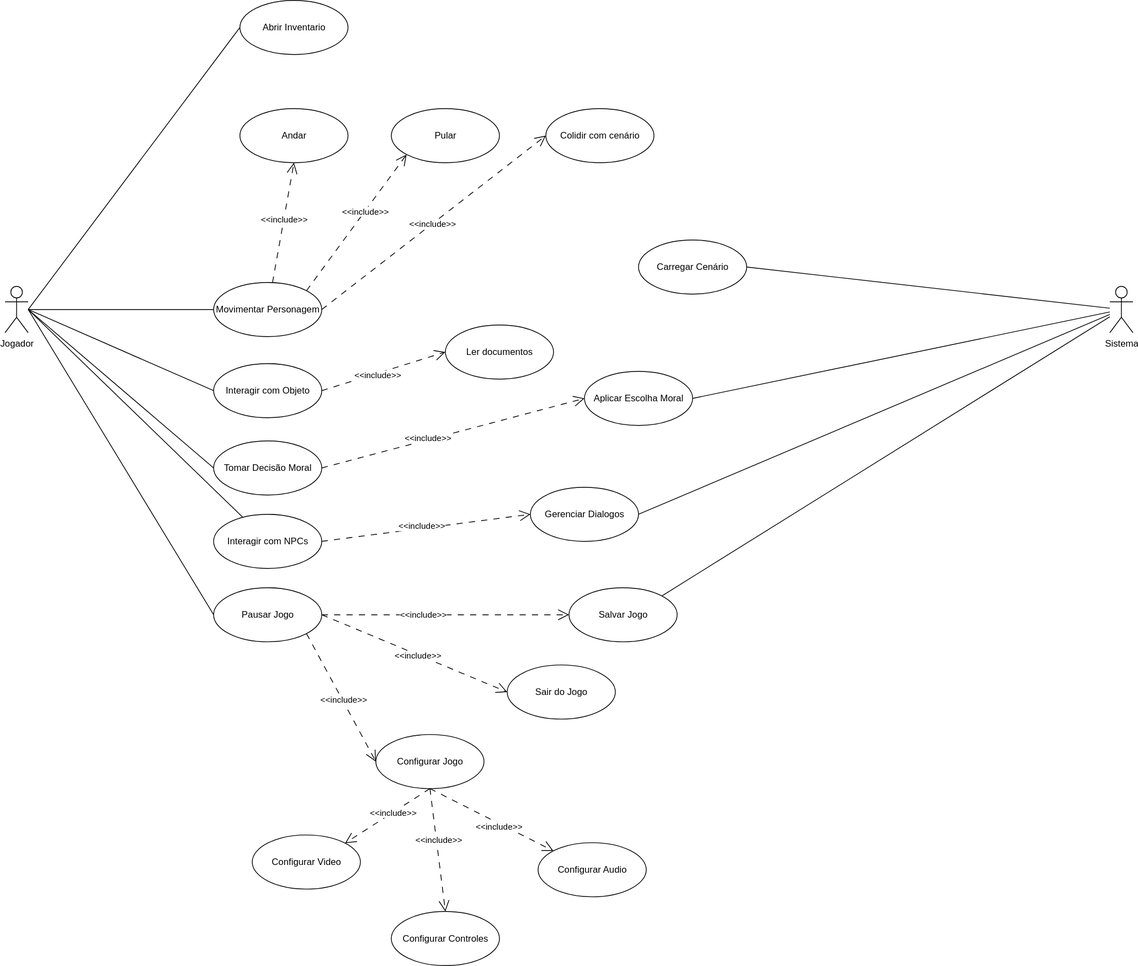
omatheusfaria/Ani keeps this draw.io diagram as docs/caso-de-uso/caso-de-uso.drawio.svg. Above is the earlier version. Source tidied: cells renumbered, new cells last; positions are measured from the earlier drawing's top-left corner, leaving out a move shared by most shapes.
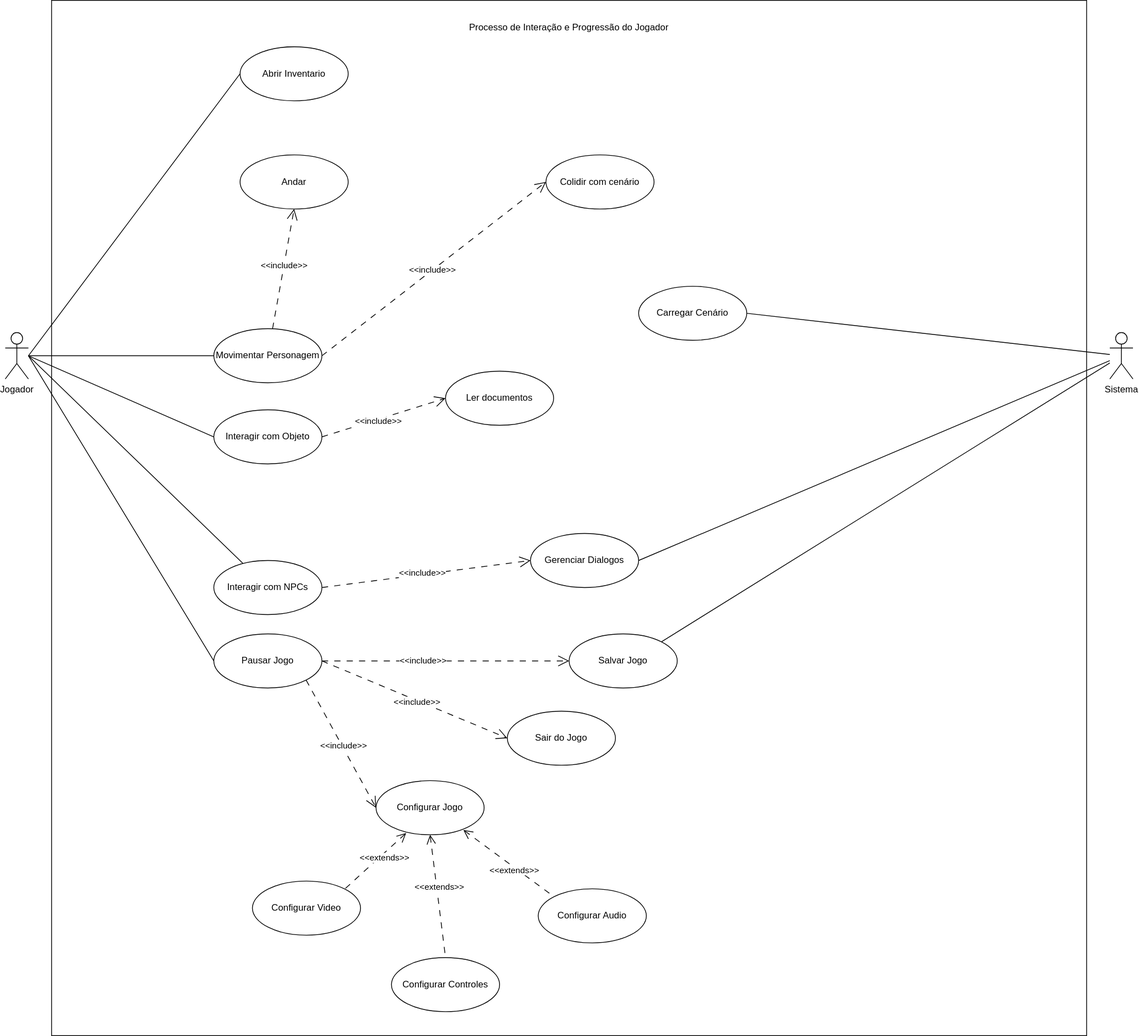
After the change.

Commit message:
docs: update use cases and business rules

The edit, as a diff of the source:
```diff
@@ -2,6 +2,9 @@
   <root>
     <mxCell id="0" />
     <mxCell id="1" parent="0" />
+    <mxCell id="57" value="&lt;div align=&quot;center&quot;&gt;&lt;br&gt;&lt;/div&gt;" style="whiteSpace=wrap;html=1;" parent="1" vertex="1">
+      <mxGeometry x="60" y="-60" width="1340" height="1340" as="geometry" />
+    </mxCell>
     <mxCell id="2" style="rounded=0;jettySize=auto;html=1;entryX=0;entryY=0.5;entryDx=0;entryDy=0;endArrow=none;endFill=0;" parent="1" edge="1" source="7" target="14">
       <mxGeometry relative="1" as="geometry" />
     </mxCell>
@@ -10,11 +13,6 @@
         <mxPoint x="30" y="400" as="sourcePoint" />
       </mxGeometry>
     </mxCell>
-    <mxCell id="4" style="rounded=0;jettySize=auto;html=1;entryX=0;entryY=0.5;entryDx=0;entryDy=0;endArrow=none;endFill=0;" parent="1" edge="1" target="27">
-      <mxGeometry relative="1" as="geometry">
-        <mxPoint x="30" y="400" as="sourcePoint" />
-      </mxGeometry>
-    </mxCell>
     <mxCell id="5" style="rounded=0;jettySize=auto;html=1;entryX=0;entryY=0.5;entryDx=0;entryDy=0;endArrow=none;endFill=0;" parent="1" edge="1" target="42">
       <mxGeometry relative="1" as="geometry">
         <mxPoint x="30" y="400" as="sourcePoint" />
@@ -34,12 +32,6 @@
     <mxCell id="9" value="&lt;div&gt;&amp;lt;&amp;lt;include&amp;gt;&amp;gt;&lt;/div&gt;" style="edgeLabel;html=1;align=center;verticalAlign=middle;" parent="8" vertex="1">
       <mxGeometry x="0.07" y="1" relative="1" as="geometry" />
     </mxCell>
-    <mxCell id="10" style="rounded=0;jettySize=auto;html=1;exitX=1;exitY=0;exitDx=0;exitDy=0;entryX=0;entryY=1;entryDx=0;entryDy=0;dashed=1;dashPattern=8 8;endArrow=open;endFill=0;endSize=12;" parent="1" edge="1" source="14" target="53">
-      <mxGeometry relative="1" as="geometry" />
-    </mxCell>
-    <mxCell id="11" value="&amp;lt;&amp;lt;include&amp;gt;&amp;gt;" style="edgeLabel;html=1;align=center;verticalAlign=middle;" parent="10" vertex="1">
-      <mxGeometry x="0.16" y="1" relative="1" as="geometry" />
-    </mxCell>
     <mxCell id="12" style="rounded=0;jettySize=auto;html=1;exitX=1;exitY=0.5;exitDx=0;exitDy=0;entryX=0;entryY=0.5;entryDx=0;entryDy=0;dashed=1;dashPattern=8 8;endArrow=open;endFill=0;endSize=12;" parent="1" edge="1" source="14" target="15">
       <mxGeometry relative="1" as="geometry" />
     </mxCell>
@@ -83,36 +75,27 @@
     <mxCell id="24" value="Gerenciar Dialogos" style="ellipse;whiteSpace=wrap;html=1;" parent="1" vertex="1">
       <mxGeometry x="680" y="630" width="140" height="70" as="geometry" />
     </mxCell>
-    <mxCell id="25" style="rounded=0;jettySize=auto;html=1;exitX=1;exitY=0.5;exitDx=0;exitDy=0;entryX=0;entryY=0.5;entryDx=0;entryDy=0;dashed=1;dashPattern=8 8;endArrow=open;endFill=0;endSize=12;" parent="1" edge="1" source="27" target="49">
-      <mxGeometry relative="1" as="geometry" />
-    </mxCell>
-    <mxCell id="26" value="&amp;lt;&amp;lt;include&amp;gt;&amp;gt;" style="edgeLabel;html=1;align=center;verticalAlign=middle;" parent="25" vertex="1">
-      <mxGeometry x="-0.19" y="4" relative="1" as="geometry" />
-    </mxCell>
-    <mxCell id="27" value="Tomar Decisão Moral" style="ellipse;whiteSpace=wrap;html=1;" parent="1" vertex="1">
-      <mxGeometry x="270" y="570" width="140" height="70" as="geometry" />
-    </mxCell>
     <mxCell id="28" value="Salvar Jogo" style="ellipse;whiteSpace=wrap;html=1;" parent="1" vertex="1">
       <mxGeometry x="730" y="760" width="140" height="70" as="geometry" />
     </mxCell>
-    <mxCell id="29" style="rounded=0;jettySize=auto;html=1;exitX=0.5;exitY=1;exitDx=0;exitDy=0;entryX=1;entryY=0;entryDx=0;entryDy=0;dashed=1;dashPattern=8 8;endArrow=open;endFill=0;endSize=12;" parent="1" edge="1" source="35" target="50">
+    <mxCell id="29" style="rounded=0;jettySize=auto;html=1;exitX=0.279;exitY=0.969;exitDx=0;exitDy=0;entryX=1;entryY=0;entryDx=0;entryDy=0;dashed=1;dashPattern=8 8;endArrow=none;endFill=0;endSize=12;startArrow=open;startFill=0;startSize=10;exitPerimeter=0;" parent="1" edge="1" source="35" target="50">
       <mxGeometry relative="1" as="geometry" />
     </mxCell>
-    <mxCell id="30" value="&amp;lt;&amp;lt;include&amp;gt;&amp;gt;" style="edgeLabel;html=1;align=center;verticalAlign=middle;" parent="29" vertex="1">
+    <mxCell id="30" value="&amp;lt;&amp;lt;extends&amp;gt;&amp;gt;" style="edgeLabel;html=1;align=center;verticalAlign=middle;" parent="29" vertex="1">
       <mxGeometry x="0.26" y="2" relative="1" as="geometry">
         <mxPoint x="19" y="-16" as="offset" />
       </mxGeometry>
     </mxCell>
-    <mxCell id="31" style="rounded=0;jettySize=auto;html=1;exitX=0.5;exitY=1;exitDx=0;exitDy=0;entryX=0.5;entryY=0;entryDx=0;entryDy=0;dashed=1;dashPattern=8 8;endArrow=open;endFill=0;endSize=12;" parent="1" edge="1" source="35" target="51">
+    <mxCell id="31" style="rounded=0;jettySize=auto;html=1;exitX=0.5;exitY=1;exitDx=0;exitDy=0;entryX=0.5;entryY=0;entryDx=0;entryDy=0;dashed=1;dashPattern=8 8;endArrow=none;endFill=0;endSize=12;startSize=10;startArrow=open;startFill=0;" parent="1" edge="1" source="35" target="51">
       <mxGeometry relative="1" as="geometry" />
     </mxCell>
-    <mxCell id="32" value="&amp;lt;&amp;lt;include&amp;gt;&amp;gt;" style="edgeLabel;html=1;align=center;verticalAlign=middle;" parent="31" vertex="1">
+    <mxCell id="32" value="&amp;lt;&amp;lt;extends&amp;gt;&amp;gt;" style="edgeLabel;html=1;align=center;verticalAlign=middle;" parent="31" vertex="1">
       <mxGeometry x="-0.17" y="2" relative="1" as="geometry" />
     </mxCell>
-    <mxCell id="33" style="rounded=0;jettySize=auto;html=1;exitX=0.5;exitY=1;exitDx=0;exitDy=0;entryX=0;entryY=0;entryDx=0;entryDy=0;endArrow=open;endFill=0;dashed=1;dashPattern=8 8;endSize=12;" parent="1" edge="1" source="35" target="52">
+    <mxCell id="33" style="rounded=0;jettySize=auto;html=1;exitX=0.808;exitY=0.911;exitDx=0;exitDy=0;entryX=0;entryY=0;entryDx=0;entryDy=0;endArrow=none;endFill=0;dashed=1;dashPattern=8 8;endSize=12;startArrow=open;startFill=0;startSize=10;exitPerimeter=0;" parent="1" edge="1" source="35" target="52">
       <mxGeometry relative="1" as="geometry" />
     </mxCell>
-    <mxCell id="34" value="&amp;lt;&amp;lt;include&amp;gt;&amp;gt;" style="edgeLabel;html=1;align=center;verticalAlign=middle;" parent="33" vertex="1">
+    <mxCell id="34" value="&amp;lt;&amp;lt;extends&amp;gt;&amp;gt;" style="edgeLabel;html=1;align=center;verticalAlign=middle;" parent="33" vertex="1">
       <mxGeometry x="0.13" y="-3" relative="1" as="geometry" />
     </mxCell>
     <mxCell id="35" value="Configurar Jogo" style="ellipse;whiteSpace=wrap;html=1;" parent="1" vertex="1">
@@ -147,9 +130,6 @@
     <mxCell id="44" style="rounded=0;jettySize=auto;html=1;entryX=1;entryY=0;entryDx=0;entryDy=0;endArrow=none;endFill=0;" parent="1" edge="1" source="48" target="28">
       <mxGeometry relative="1" as="geometry" />
     </mxCell>
-    <mxCell id="45" style="rounded=0;jettySize=auto;html=1;entryX=1;entryY=0.5;entryDx=0;entryDy=0;endArrow=none;endFill=0;" parent="1" edge="1" source="48" target="49">
-      <mxGeometry relative="1" as="geometry" />
-    </mxCell>
     <mxCell id="46" style="rounded=0;jettySize=auto;html=1;entryX=1;entryY=0.5;entryDx=0;entryDy=0;endArrow=none;endFill=0;" parent="1" edge="1" source="48" target="24">
       <mxGeometry relative="1" as="geometry" />
     </mxCell>
@@ -159,9 +139,6 @@
     <mxCell id="48" value="&lt;div&gt;Sistema&lt;/div&gt;" style="shape=umlActor;verticalLabelPosition=bottom;verticalAlign=top;html=1;" parent="1" vertex="1">
       <mxGeometry x="1430" y="370" width="30" height="60" as="geometry" />
     </mxCell>
-    <mxCell id="49" value="Aplicar Escolha Moral" style="ellipse;whiteSpace=wrap;html=1;" parent="1" vertex="1">
-      <mxGeometry x="750" y="480" width="140" height="70" as="geometry" />
-    </mxCell>
     <mxCell id="50" value="Configurar Video" style="ellipse;whiteSpace=wrap;html=1;" parent="1" vertex="1">
       <mxGeometry x="320" y="1080" width="140" height="70" as="geometry" />
     </mxCell>
@@ -171,9 +148,6 @@
     <mxCell id="52" value="Configurar Audio" style="ellipse;whiteSpace=wrap;html=1;" parent="1" vertex="1">
       <mxGeometry x="690" y="1090" width="140" height="70" as="geometry" />
     </mxCell>
-    <mxCell id="53" value="Pular" style="ellipse;whiteSpace=wrap;html=1;" parent="1" vertex="1">
-      <mxGeometry x="500" y="140" width="140" height="70" as="geometry" />
-    </mxCell>
     <mxCell id="54" value="Andar" style="ellipse;whiteSpace=wrap;html=1;" parent="1" vertex="1">
       <mxGeometry x="304" y="140" width="140" height="70" as="geometry" />
     </mxCell>
@@ -183,5 +157,8 @@
     <mxCell id="56" value="Carregar Cenário" style="ellipse;whiteSpace=wrap;html=1;" parent="1" vertex="1">
       <mxGeometry x="820" y="310" width="140" height="70" as="geometry" />
     </mxCell>
+    <mxCell id="58" value="Processo de Interação e Progressão do Jogador" style="text;html=1;whiteSpace=wrap;strokeColor=none;fillColor=none;align=center;verticalAlign=middle;rounded=0;" parent="1" vertex="1">
+      <mxGeometry x="515" y="-40" width="430" height="30" as="geometry" />
+    </mxCell>
   </root>
 </mxGraphModel>
```
